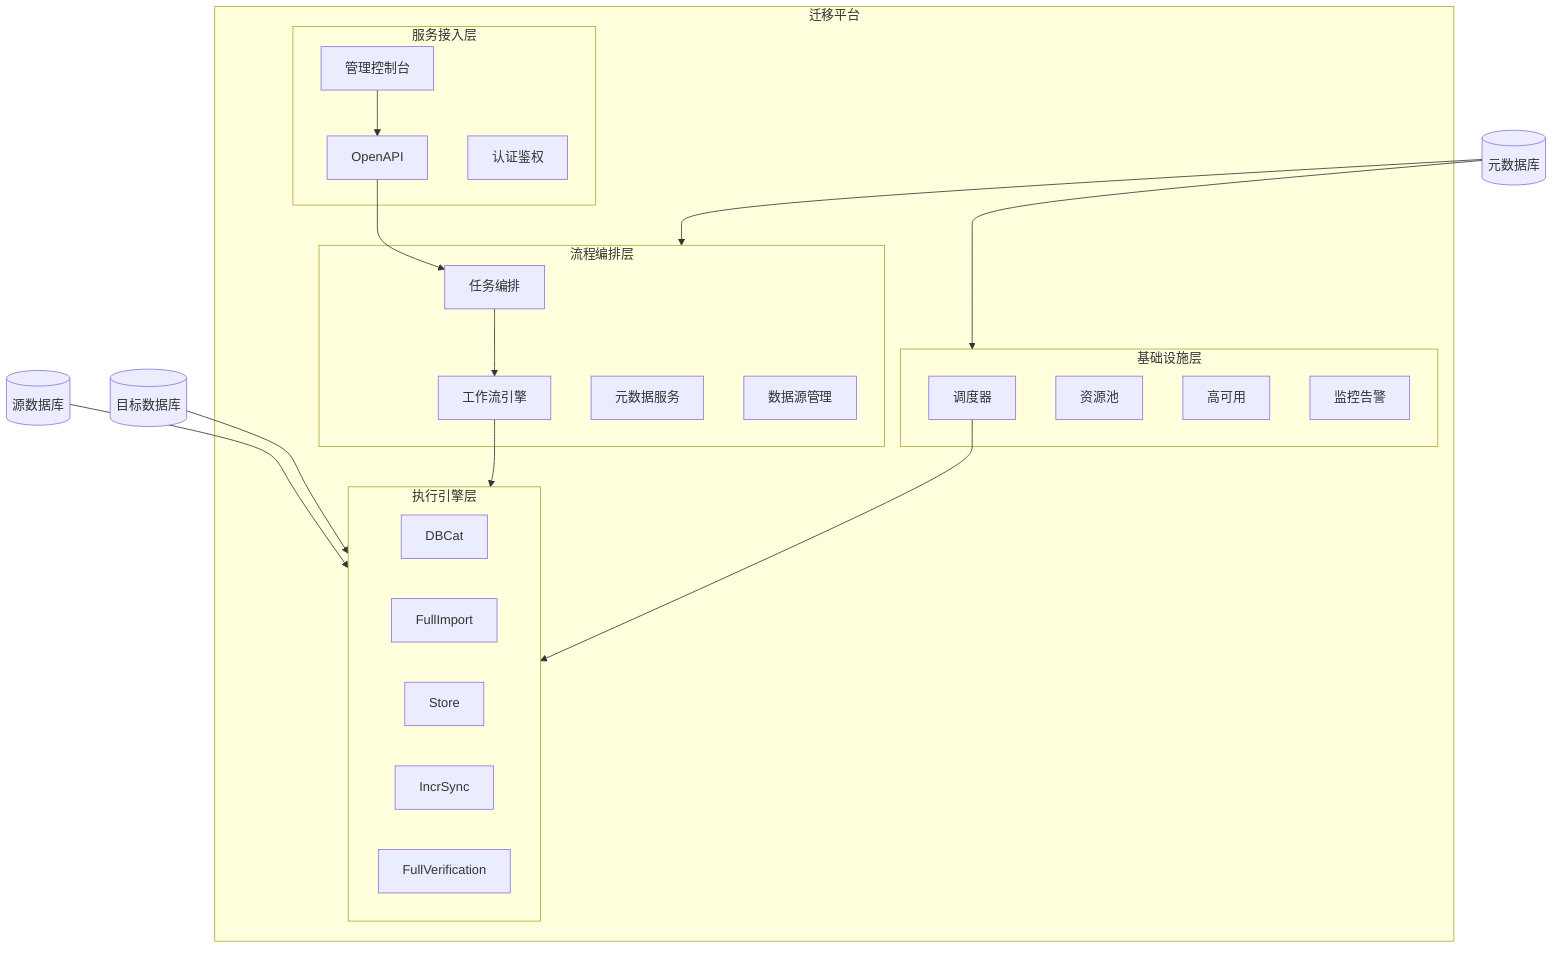
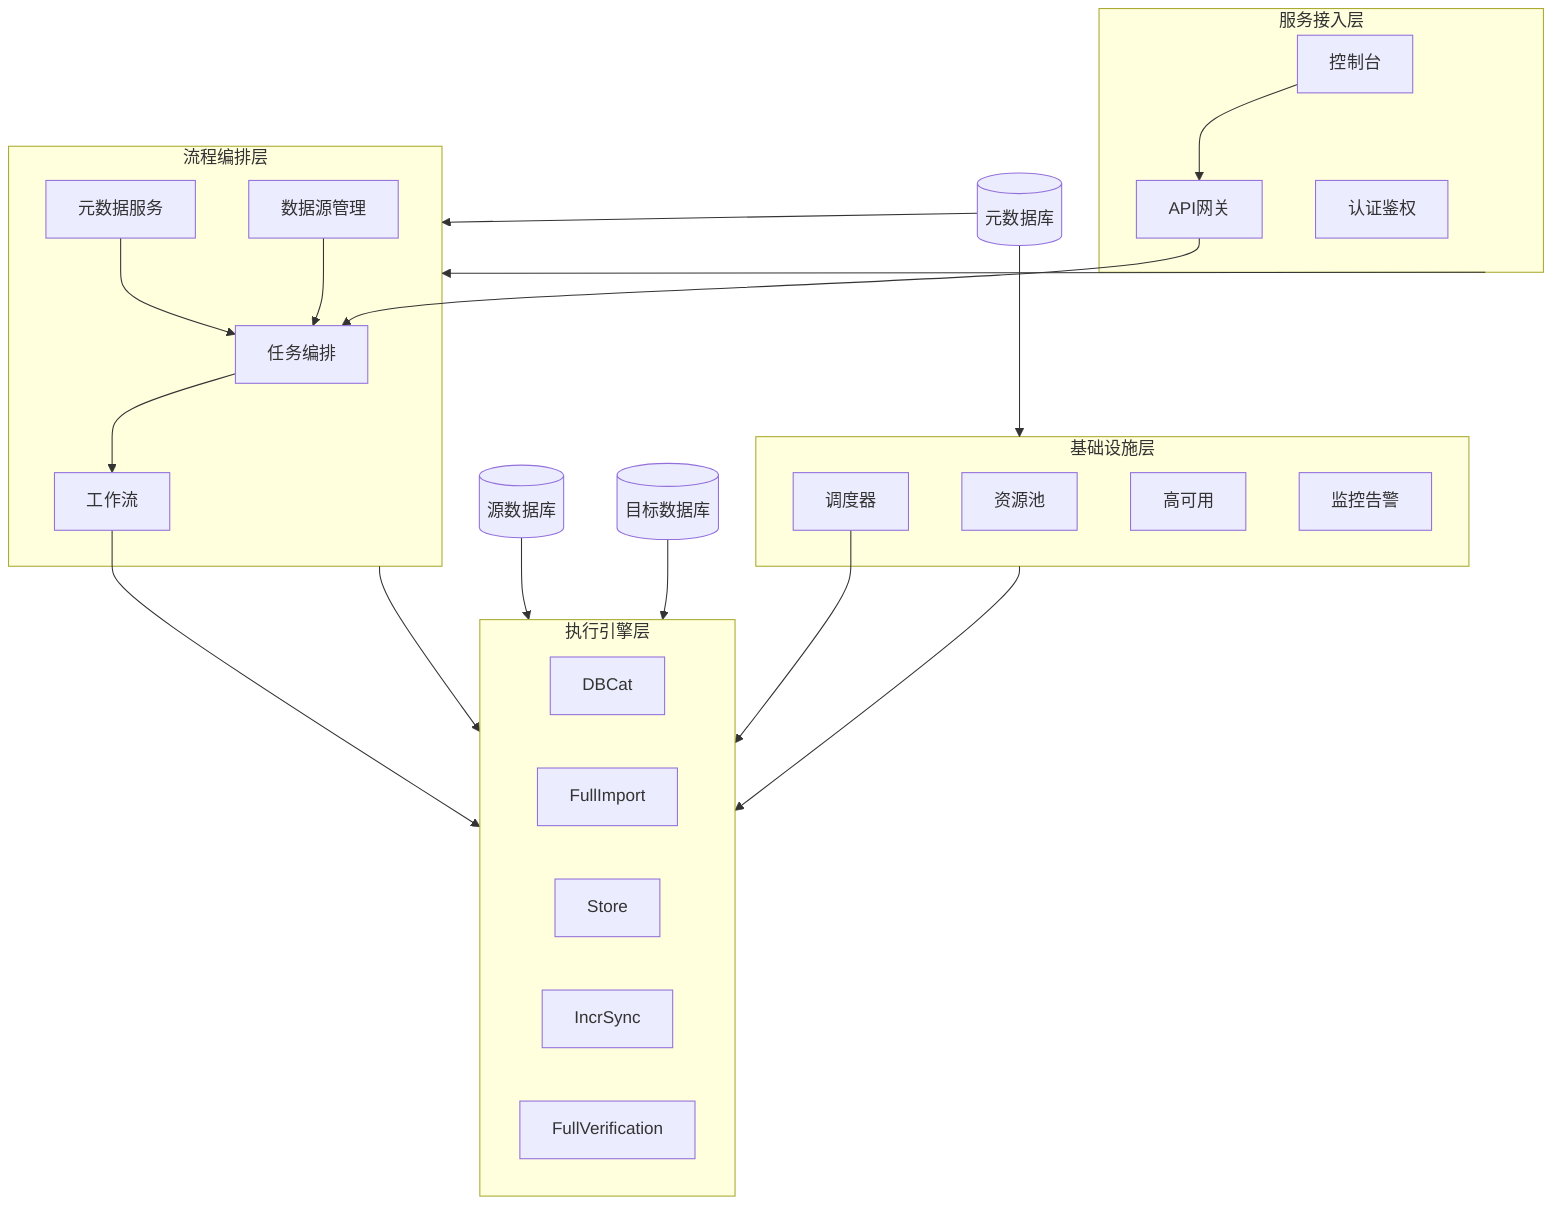
flowchart TB
-     subgraph platform [迁移平台]
-         subgraph access [服务接入层]
-             Console[管理控制台]
-             API[OpenAPI]
-             Auth[认证鉴权]
-         end
+     subgraph access [服务接入层]
+         Console[控制台]
+         API[API网关]
+         Auth[认证鉴权]
+     end

-         subgraph orch [流程编排层]
-             TaskOrch[任务编排]
-             WF[工作流引擎]
-             Meta[元数据服务]
-             DS[数据源管理]
-         end
+     subgraph orch [流程编排层]
+         Task[任务编排]
+         WF[工作流]
+         Meta[元数据服务]
+         DS[数据源管理]
+     end

-         subgraph exec [执行引擎层]
-             DBCat[DBCat]
-             FullImport[FullImport]
-             Store[Store]
-             IncrSync[IncrSync]
-             Verify[FullVerification]
-         end
+     subgraph exec [执行引擎层]
+         DBCat[DBCat]
+         Full[FullImport]
+         Store[Store]
+         Incr[IncrSync]
+         Verify[FullVerification]
+     end

-         subgraph infra [基础设施层]
-             Sched[调度器]
-             Pool[资源池]
-             HA[高可用]
-             Mon[监控告警]
-         end
+     subgraph infra [基础设施层]
+         Sched[调度器]
+         Pool[资源池]
+         HA[高可用]
+         Mon[监控告警]
    end
+ 
+     Console --> API --> Task
+     Task --> WF
+     WF --> exec
+     Sched --> exec
+     Meta --> Task
+     DS --> Task

    Source[(源数据库)] --> exec
    Target[(目标数据库)] --> exec
    MetaDB[(元数据库)] --> orch
    MetaDB --> infra

-     Console --> API
-     API --> TaskOrch
-     TaskOrch --> WF
-     WF --> exec
-     Sched --> exec
+     access --> orch --> exec
+     infra --> exec
